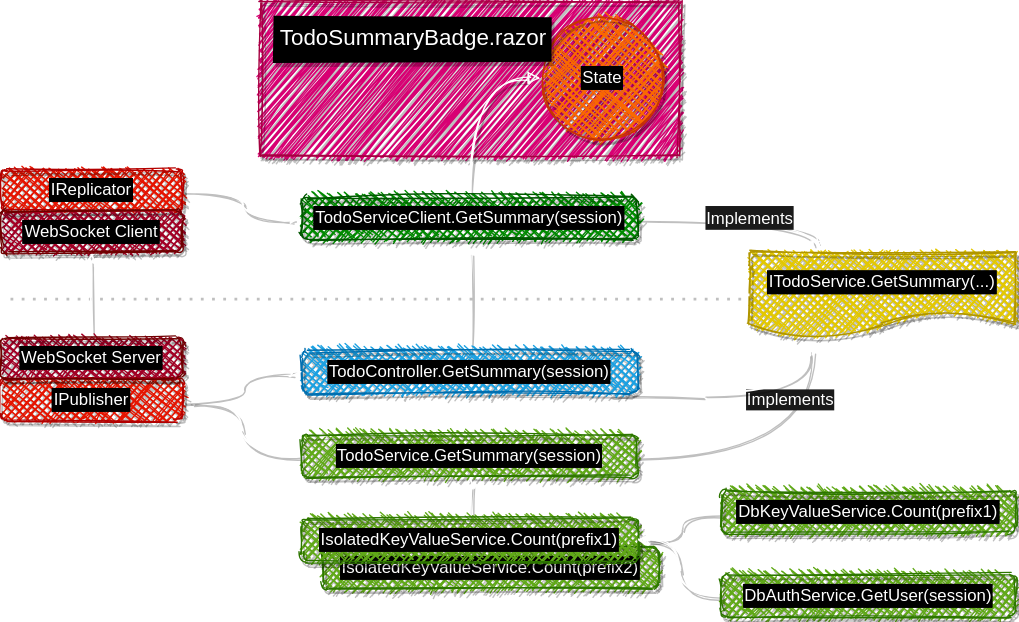
alexyakunin/Stl.Fusion.Materials keeps this draw.io diagram as Slides/Fusion_v2/diagrams/todo-app/5.dio.svg. Above is the earlier version. Source tidied: cells renumbered, new cells last; positions are measured from the earlier drawing's top-left corner, leaving out a move shared by most shapes.
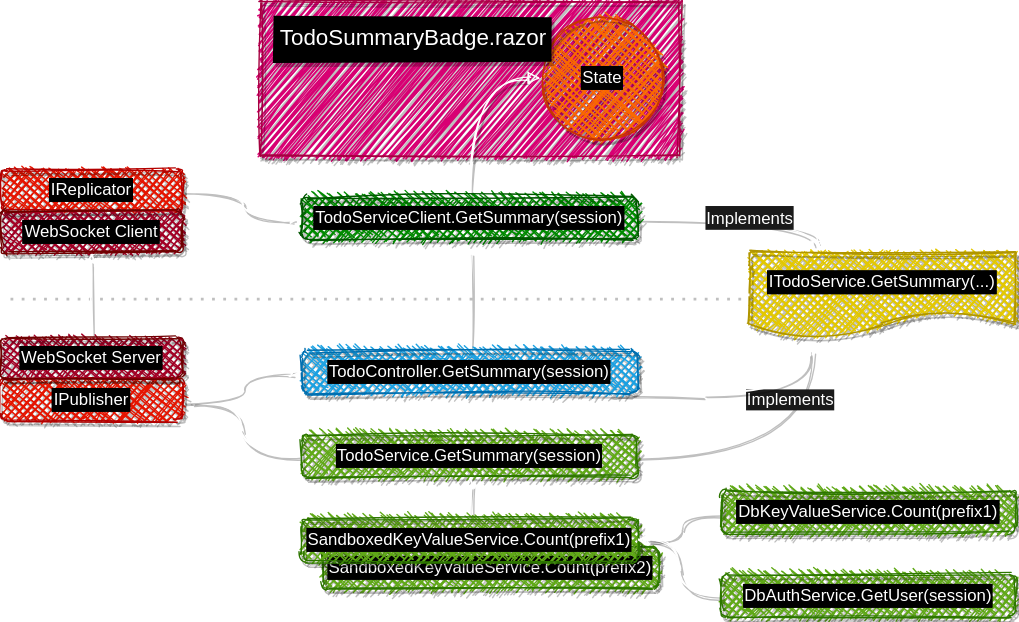
The same diagram one commit later.

The edit, as a diff of the source:
```diff
@@ -2,7 +2,7 @@
   <root>
     <mxCell id="0" />
     <mxCell id="1" parent="0" />
-    <mxCell id="2" value="IsolatedKeyValueService.Count(prefix2)" style="whiteSpace=wrap;html=1;fillColor=#60a917;strokeColor=#2D7600;fontColor=#ffffff;fillStyle=cross-hatch;shadow=1;labelBackgroundColor=#000000;labelBorderColor=#000000;sketch=1;rounded=1;" parent="1" vertex="1">
+    <mxCell id="2" value="SandboxedKeyValueService.Count(prefix2)" style="whiteSpace=wrap;html=1;fillColor=#60a917;strokeColor=#2D7600;fontColor=#ffffff;fillStyle=cross-hatch;shadow=1;labelBackgroundColor=#000000;labelBorderColor=#000000;sketch=1;rounded=1;" parent="1" vertex="1">
       <mxGeometry x="230" y="390" width="240" height="30" as="geometry" />
     </mxCell>
     <mxCell id="3" value="&lt;font style=&quot;font-size: 12px&quot;&gt;Implements&lt;/font&gt;" style="edgeStyle=orthogonalEdgeStyle;curved=1;sketch=1;jettySize=auto;html=1;exitX=1;exitY=0.5;exitDx=0;exitDy=0;entryX=0.233;entryY=0.992;entryDx=0;entryDy=0;entryPerimeter=0;shadow=1;endArrow=block;endFill=0;strokeColor=#FFFFFF;labelBackgroundColor=#1A1A1A;fontColor=#FFFFFF;" parent="1" edge="1" source="5" target="17">
@@ -17,7 +17,7 @@
     <mxCell id="6" style="edgeStyle=orthogonalEdgeStyle;jettySize=auto;html=1;exitX=0.5;exitY=0;exitDx=0;exitDy=0;entryX=0.5;entryY=1;entryDx=0;entryDy=0;curved=1;sketch=1;shadow=1;strokeColor=#FFFFFF;" parent="1" edge="1" source="7" target="5">
       <mxGeometry relative="1" as="geometry" />
     </mxCell>
-    <mxCell id="7" value="IsolatedKeyValueService.Count(prefix1)" style="whiteSpace=wrap;html=1;fillColor=#60a917;strokeColor=#2D7600;fontColor=#ffffff;fillStyle=cross-hatch;shadow=1;labelBackgroundColor=#000000;labelBorderColor=#000000;sketch=1;rounded=1;" parent="1" vertex="1">
+    <mxCell id="7" value="SandboxedKeyValueService.Count(prefix1)" style="whiteSpace=wrap;html=1;fillColor=#60a917;strokeColor=#2D7600;fontColor=#ffffff;fillStyle=cross-hatch;shadow=1;labelBackgroundColor=#000000;labelBorderColor=#000000;sketch=1;rounded=1;" parent="1" vertex="1">
       <mxGeometry x="215" y="370" width="240" height="30" as="geometry" />
     </mxCell>
     <mxCell id="8" style="whiteSpace=wrap;html=1;sketch=1;rounded=0;fillStyle=zigzag;fillColor=#d80073;strokeColor=#A50040;fontColor=#ffffff;shadow=1;" parent="1" vertex="1">
```
